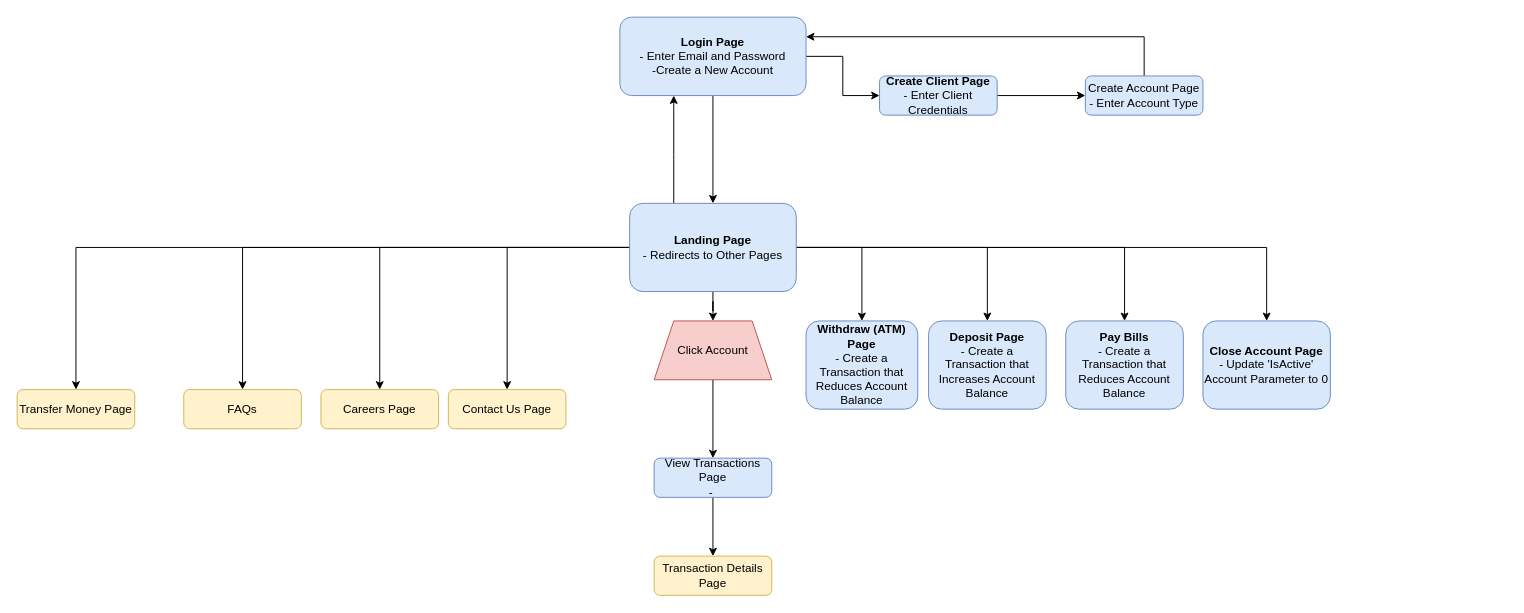
Above: Planning/Page Flow.drawio in dmoradiya/Banking-Application-and-Expenses-Tracker-with-React---C-ASP-.NET-MVC (draw.io), before the change. Source tidied: cells renumbered, new cells numbered last; positions are measured from the earlier drawing's top-left corner, leaving out a move shared by most shapes. Both pictures are drawn from the tidied source at 98%, with x=0, y=0 at pixel (17, 17).
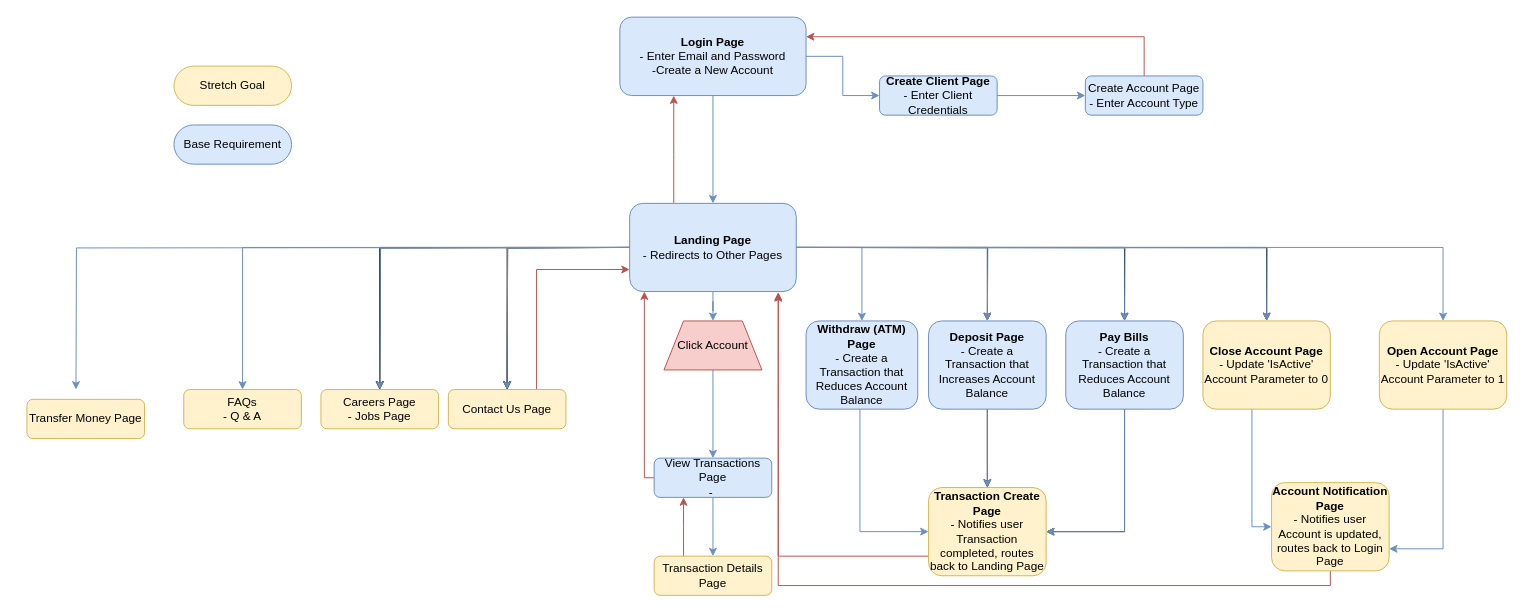
The same page after the edit.

The change refers to these unchanged cells:
```xml
<mxCell id="4" value="&lt;b&gt;Login Page&lt;br&gt;&lt;/b&gt;- Enter Email and Password&lt;br&gt;-Create a New Account" style="rounded=1;whiteSpace=wrap;html=1;fontSize=12;glass=0;strokeWidth=1;shadow=0;fillColor=#dae8fc;strokeColor=#6c8ebf;" parent="1" vertex="1">
  <mxGeometry x="615" width="190" height="80" as="geometry" />
</mxCell>
<mxCell id="6" value="&lt;b&gt;Create Client Page&lt;/b&gt;&lt;br&gt;- Enter Client Credentials" style="rounded=1;whiteSpace=wrap;html=1;fontSize=12;glass=0;strokeWidth=1;shadow=0;fillColor=#dae8fc;strokeColor=#6c8ebf;" parent="1" vertex="1">
  <mxGeometry x="880" y="60" width="120" height="40" as="geometry" />
</mxCell>
<mxCell id="17" value="&lt;b&gt;Landing Page&lt;/b&gt;&lt;br&gt;- Redirects to Other Pages" style="rounded=1;whiteSpace=wrap;html=1;fontSize=12;glass=0;strokeWidth=1;shadow=0;fillColor=#dae8fc;strokeColor=#6c8ebf;" parent="1" vertex="1">
  <mxGeometry x="625" y="190" width="170" height="90" as="geometry" />
</mxCell>
<mxCell id="19" value="&lt;b&gt;Deposit Page&lt;/b&gt;&lt;br&gt;- Create a Transaction that Increases Account Balance" style="rounded=1;whiteSpace=wrap;html=1;fontSize=12;glass=0;strokeWidth=1;shadow=0;fillColor=#dae8fc;strokeColor=#6c8ebf;" parent="1" vertex="1">
  <mxGeometry x="930" y="310" width="120" height="90" as="geometry" />
</mxCell>
<mxCell id="20" value="&lt;b&gt;Withdraw (ATM) Page&lt;br&gt;&lt;/b&gt;- Create a Transaction that Reduces Account Balance" style="rounded=1;whiteSpace=wrap;html=1;fontSize=12;glass=0;strokeWidth=1;shadow=0;fillColor=#dae8fc;strokeColor=#6c8ebf;" parent="1" vertex="1">
  <mxGeometry x="805" y="310" width="114" height="90" as="geometry" />
</mxCell>
<mxCell id="22" value="View Transactions Page&lt;br&gt;-&amp;nbsp;" style="rounded=1;whiteSpace=wrap;html=1;fontSize=12;glass=0;strokeWidth=1;shadow=0;fillColor=#dae8fc;strokeColor=#6c8ebf;" parent="1" vertex="1">
  <mxGeometry x="650" y="450" width="120" height="40" as="geometry" />
</mxCell>
<mxCell id="23" value="&lt;b&gt;Pay Bills&lt;/b&gt;&lt;br&gt;- Create a Transaction that Reduces Account Balance" style="rounded=1;whiteSpace=wrap;html=1;fontSize=12;glass=0;strokeWidth=1;shadow=0;fillColor=#dae8fc;strokeColor=#6c8ebf;" parent="1" vertex="1">
  <mxGeometry x="1070" y="310" width="120" height="90" as="geometry" />
</mxCell>
<mxCell id="24" value="Contact Us Page" style="rounded=1;whiteSpace=wrap;html=1;fontSize=12;glass=0;strokeWidth=1;shadow=0;fillColor=#fff2cc;strokeColor=#d6b656;" parent="1" vertex="1">
  <mxGeometry x="440" y="380" width="120" height="40" as="geometry" />
</mxCell>
<mxCell id="25" value="Transaction Details Page" style="rounded=1;whiteSpace=wrap;html=1;fontSize=12;glass=0;strokeWidth=1;shadow=0;fillColor=#fff2cc;strokeColor=#d6b656;" parent="1" vertex="1">
  <mxGeometry x="650" y="550" width="120" height="40" as="geometry" />
</mxCell>
<mxCell id="29" value="Create Account Page&lt;br&gt;- Enter Account Type" style="rounded=1;whiteSpace=wrap;html=1;fontSize=12;glass=0;strokeWidth=1;shadow=0;fillColor=#dae8fc;strokeColor=#6c8ebf;" parent="1" vertex="1">
  <mxGeometry x="1090" y="60" width="120" height="40" as="geometry" />
</mxCell>
```

The edit, as a diff of the source:
```diff
@@
-    <mxCell id="2" style="edgeStyle=orthogonalEdgeStyle;rounded=0;jettySize=auto;html=1;entryX=0;entryY=0.5;entryDx=0;entryDy=0;" parent="1" edge="1" source="4" target="6">
+    <mxCell id="2" style="edgeStyle=orthogonalEdgeStyle;rounded=0;jettySize=auto;html=1;entryX=0;entryY=0.5;entryDx=0;entryDy=0;fillColor=#dae8fc;strokeColor=#6c8ebf;" parent="1" edge="1" source="4" target="6">
       <mxGeometry relative="1" as="geometry" />
     </mxCell>
-    <mxCell id="3" style="edgeStyle=orthogonalEdgeStyle;rounded=0;jettySize=auto;html=1;exitX=0.5;exitY=1;exitDx=0;exitDy=0;entryX=0.5;entryY=0;entryDx=0;entryDy=0;" parent="1" edge="1" source="4" target="17">
+    <mxCell id="3" style="edgeStyle=orthogonalEdgeStyle;rounded=0;jettySize=auto;html=1;exitX=0.5;exitY=1;exitDx=0;exitDy=0;entryX=0.5;entryY=0;entryDx=0;entryDy=0;fillColor=#dae8fc;strokeColor=#6c8ebf;" parent="1" edge="1" source="4" target="17">
       <mxGeometry relative="1" as="geometry" />
     </mxCell>
@@
-    <mxCell id="5" style="edgeStyle=orthogonalEdgeStyle;rounded=0;jettySize=auto;html=1;entryX=0;entryY=0.5;entryDx=0;entryDy=0;" parent="1" edge="1" source="6" target="29">
+    <mxCell id="5" style="edgeStyle=orthogonalEdgeStyle;rounded=0;jettySize=auto;html=1;entryX=0;entryY=0.5;entryDx=0;entryDy=0;fillColor=#dae8fc;strokeColor=#6c8ebf;" parent="1" edge="1" source="6" target="29">
       <mxGeometry relative="1" as="geometry" />
     </mxCell>
@@
-    <mxCell id="7" style="edgeStyle=orthogonalEdgeStyle;rounded=0;jettySize=auto;html=1;entryX=0.5;entryY=0;entryDx=0;entryDy=0;" parent="1" edge="1" source="17" target="20">
+    <mxCell id="7" style="edgeStyle=orthogonalEdgeStyle;rounded=0;jettySize=auto;html=1;entryX=0.5;entryY=0;entryDx=0;entryDy=0;fillColor=#dae8fc;strokeColor=#6c8ebf;" parent="1" edge="1" source="17" target="20">
       <mxGeometry relative="1" as="geometry" />
     </mxCell>
@@
-    <mxCell id="11" style="edgeStyle=orthogonalEdgeStyle;rounded=0;jettySize=auto;html=1;entryX=0.5;entryY=0;entryDx=0;entryDy=0;" parent="1" edge="1" source="17" target="27">
+    <mxCell id="11" style="edgeStyle=orthogonalEdgeStyle;rounded=0;jettySize=auto;html=1;entryX=0.5;entryY=0;entryDx=0;entryDy=0;fillColor=#dae8fc;strokeColor=#6c8ebf;" parent="1" edge="1" source="17" target="27">
       <mxGeometry relative="1" as="geometry" />
     </mxCell>
-    <mxCell id="12" style="edgeStyle=orthogonalEdgeStyle;rounded=0;jettySize=auto;html=1;" parent="1" edge="1" source="17" target="4">
+    <mxCell id="12" style="edgeStyle=orthogonalEdgeStyle;rounded=0;jettySize=auto;html=1;fillColor=#f8cecc;strokeColor=#b85450;" parent="1" edge="1" source="17" target="4">
       <mxGeometry relative="1" as="geometry">
         <Array as="points">
           <mxPoint x="670" y="140" />
           <mxPoint x="670" y="140" />
         </Array>
       </mxGeometry>
     </mxCell>
-    <mxCell id="13" style="edgeStyle=orthogonalEdgeStyle;rounded=0;jettySize=auto;html=1;entryX=0.5;entryY=0;entryDx=0;entryDy=0;" parent="1" edge="1" source="17" target="31">
+    <mxCell id="13" style="edgeStyle=orthogonalEdgeStyle;rounded=0;jettySize=auto;html=1;entryX=0.5;entryY=0;entryDx=0;entryDy=0;fillColor=#dae8fc;strokeColor=#6c8ebf;" parent="1" edge="1" source="17" target="31">
       <mxGeometry relative="1" as="geometry" />
     </mxCell>
@@
-    <mxCell id="15" style="edgeStyle=orthogonalEdgeStyle;rounded=0;jettySize=auto;html=1;entryX=0.5;entryY=0;entryDx=0;entryDy=0;" parent="1" edge="1" source="17" target="18">
-      <mxGeometry relative="1" as="geometry" />
-    </mxCell>
@@
+    <mxCell id="33" style="edgeStyle=orthogonalEdgeStyle;rounded=0;jettySize=auto;html=1;entryX=0.5;entryY=0;entryDx=0;entryDy=0;fillColor=#dae8fc;strokeColor=#6c8ebf;" parent="1" edge="1" source="17" target="42">
+      <mxGeometry relative="1" as="geometry">
+        <Array as="points">
+          <mxPoint x="1455" y="235" />
+        </Array>
+      </mxGeometry>
+    </mxCell>
@@
-    <mxCell id="18" value="Transfer Money Page" style="rounded=1;whiteSpace=wrap;html=1;fontSize=12;glass=0;strokeWidth=1;shadow=0;fillColor=#fff2cc;strokeColor=#d6b656;" parent="1" vertex="1">
-      <mxGeometry y="380" width="120" height="40" as="geometry" />
+    <mxCell id="18" value="Stretch Goal" style="rounded=1;whiteSpace=wrap;html=1;fontSize=12;glass=0;strokeWidth=1;shadow=0;fillColor=#fff2cc;strokeColor=#d6b656;arcSize=50;" parent="1" vertex="1">
+      <mxGeometry x="160" y="50" width="120" height="40" as="geometry" />
     </mxCell>
+    <mxCell id="34" style="edgeStyle=orthogonalEdgeStyle;rounded=0;jettySize=auto;html=1;entryX=0.5;entryY=0;entryDx=0;entryDy=0;" parent="1" edge="1" source="19" target="44">
+      <mxGeometry relative="1" as="geometry" />
+    </mxCell>
@@
+    <mxCell id="35" style="edgeStyle=orthogonalEdgeStyle;rounded=0;jettySize=auto;html=1;entryX=0;entryY=0.5;entryDx=0;entryDy=0;fillColor=#dae8fc;strokeColor=#6c8ebf;" parent="1" edge="1" source="20" target="44">
+      <mxGeometry relative="1" as="geometry">
+        <Array as="points">
+          <mxPoint x="860" y="525" />
+        </Array>
+      </mxGeometry>
+    </mxCell>
@@
-    <mxCell id="21" style="edgeStyle=orthogonalEdgeStyle;rounded=0;jettySize=auto;html=1;fontColor=#000000;" parent="1" edge="1" source="22" target="25">
+    <mxCell id="21" style="edgeStyle=orthogonalEdgeStyle;rounded=0;jettySize=auto;html=1;fontColor=#000000;fillColor=#dae8fc;strokeColor=#6c8ebf;" parent="1" edge="1" source="22" target="25">
       <mxGeometry relative="1" as="geometry" />
     </mxCell>
+    <mxCell id="36" style="edgeStyle=orthogonalEdgeStyle;rounded=0;jettySize=auto;html=1;fillColor=#f8cecc;strokeColor=#b85450;" parent="1" edge="1" source="22">
+      <mxGeometry relative="1" as="geometry">
+        <mxPoint x="640" y="280" as="targetPoint" />
+        <Array as="points">
+          <mxPoint x="640" y="470" />
+          <mxPoint x="640" y="280" />
+        </Array>
+      </mxGeometry>
+    </mxCell>
@@
+    <mxCell id="37" style="edgeStyle=orthogonalEdgeStyle;rounded=0;jettySize=auto;html=1;entryX=1;entryY=0.5;entryDx=0;entryDy=0;" parent="1" edge="1" source="23" target="44">
+      <mxGeometry relative="1" as="geometry">
+        <Array as="points">
+          <mxPoint x="1130" y="525" />
+        </Array>
+      </mxGeometry>
+    </mxCell>
@@
+    <mxCell id="38" style="edgeStyle=orthogonalEdgeStyle;rounded=0;jettySize=auto;html=1;exitX=0.75;exitY=0;exitDx=0;exitDy=0;entryX=0;entryY=0.75;entryDx=0;entryDy=0;fillColor=#f8cecc;strokeColor=#b85450;" parent="1" edge="1" source="24" target="17">
+      <mxGeometry relative="1" as="geometry" />
+    </mxCell>
@@
+    <mxCell id="39" style="edgeStyle=orthogonalEdgeStyle;rounded=0;jettySize=auto;html=1;fillColor=#f8cecc;strokeColor=#b85450;" parent="1" edge="1" source="25" target="22">
+      <mxGeometry relative="1" as="geometry">
+        <Array as="points">
+          <mxPoint x="680" y="520" />
+          <mxPoint x="680" y="520" />
+        </Array>
+      </mxGeometry>
+    </mxCell>
@@
-    <mxCell id="26" value="Careers Page" style="rounded=1;whiteSpace=wrap;html=1;fontSize=12;glass=0;strokeWidth=1;shadow=0;fillColor=#fff2cc;strokeColor=#d6b656;" parent="1" vertex="1">
+    <mxCell id="26" value="Careers Page&lt;br&gt;- Jobs Page" style="rounded=1;whiteSpace=wrap;html=1;fontSize=12;glass=0;strokeWidth=1;shadow=0;fillColor=#fff2cc;strokeColor=#d6b656;" parent="1" vertex="1">
       <mxGeometry x="310" y="380" width="120" height="40" as="geometry" />
     </mxCell>
-    <mxCell id="27" value="FAQs" style="rounded=1;whiteSpace=wrap;html=1;fontSize=12;glass=0;strokeWidth=1;shadow=0;fillColor=#fff2cc;strokeColor=#d6b656;" parent="1" vertex="1">
+    <mxCell id="27" value="FAQs&lt;br&gt;- Q &amp;amp; A" style="rounded=1;whiteSpace=wrap;html=1;fontSize=12;glass=0;strokeWidth=1;shadow=0;fillColor=#fff2cc;strokeColor=#d6b656;" parent="1" vertex="1">
       <mxGeometry x="170" y="380" width="120" height="40" as="geometry" />
     </mxCell>
-    <mxCell id="28" style="edgeStyle=orthogonalEdgeStyle;rounded=0;jettySize=auto;html=1;entryX=1;entryY=0.25;entryDx=0;entryDy=0;" parent="1" edge="1" source="29" target="4">
+    <mxCell id="28" style="edgeStyle=orthogonalEdgeStyle;rounded=0;jettySize=auto;html=1;entryX=1;entryY=0.25;entryDx=0;entryDy=0;fillColor=#f8cecc;strokeColor=#b85450;" parent="1" edge="1" source="29" target="4">
       <mxGeometry relative="1" as="geometry">
         <Array as="points">
           <mxPoint x="1150" y="20" />
         </Array>
       </mxGeometry>
     </mxCell>
@@
-    <mxCell id="30" style="edgeStyle=orthogonalEdgeStyle;rounded=0;jettySize=auto;html=1;entryX=0.5;entryY=0;entryDx=0;entryDy=0;" parent="1" edge="1" source="31" target="22">
+    <mxCell id="30" style="edgeStyle=orthogonalEdgeStyle;rounded=0;jettySize=auto;html=1;entryX=0.5;entryY=0;entryDx=0;entryDy=0;fillColor=#dae8fc;strokeColor=#6c8ebf;" parent="1" edge="1" source="31" target="22">
       <mxGeometry relative="1" as="geometry" />
     </mxCell>
     <mxCell id="31" value="Click Account" style="shape=trapezoid;perimeter=trapezoidPerimeter;whiteSpace=wrap;html=1;fixedSize=1;fillColor=#f8cecc;strokeColor=#b85450;" parent="1" vertex="1">
-      <mxGeometry x="650" y="310" width="120" height="60" as="geometry" />
+      <mxGeometry x="660" y="310" width="100" height="50" as="geometry" />
     </mxCell>
+    <mxCell id="40" style="edgeStyle=orthogonalEdgeStyle;rounded=0;jettySize=auto;html=1;entryX=0;entryY=0.5;entryDx=0;entryDy=0;fillColor=#dae8fc;strokeColor=#6c8ebf;" parent="1" edge="1" source="32" target="46">
+      <mxGeometry relative="1" as="geometry">
+        <Array as="points">
+          <mxPoint x="1260" y="520" />
+        </Array>
+      </mxGeometry>
+    </mxCell>
-    <mxCell id="32" value="&lt;b&gt;Close Account Page&lt;br&gt;&lt;/b&gt;- Update 'IsActive' Account Parameter to 0" style="rounded=1;whiteSpace=wrap;html=1;fontSize=12;glass=0;strokeWidth=1;shadow=0;fillColor=#dae8fc;strokeColor=#6c8ebf;" parent="1" vertex="1">
+    <mxCell id="32" value="&lt;b&gt;Close Account Page&lt;br&gt;&lt;/b&gt;- Update 'IsActive' Account Parameter to 0" style="rounded=1;whiteSpace=wrap;html=1;fontSize=12;glass=0;strokeWidth=1;shadow=0;fillColor=#fff2cc;strokeColor=#d6b656;" parent="1" vertex="1">
       <mxGeometry x="1210" y="310" width="130" height="90" as="geometry" />
     </mxCell>
+    <mxCell id="41" style="edgeStyle=orthogonalEdgeStyle;rounded=0;jettySize=auto;html=1;entryX=1;entryY=0.75;entryDx=0;entryDy=0;fillColor=#dae8fc;strokeColor=#6c8ebf;" parent="1" edge="1" source="42" target="46">
+      <mxGeometry relative="1" as="geometry" />
+    </mxCell>
+    <mxCell id="42" value="&lt;b&gt;Open Account Page&lt;br&gt;&lt;/b&gt;- Update 'IsActive' Account Parameter to 1" style="rounded=1;whiteSpace=wrap;html=1;fontSize=12;glass=0;strokeWidth=1;shadow=0;fillColor=#fff2cc;strokeColor=#d6b656;" parent="1" vertex="1">
+      <mxGeometry x="1390" y="310" width="130" height="90" as="geometry" />
+    </mxCell>
+    <mxCell id="43" style="edgeStyle=orthogonalEdgeStyle;rounded=0;jettySize=auto;html=1;entryX=0.892;entryY=1.02;entryDx=0;entryDy=0;entryPerimeter=0;fillColor=#f8cecc;strokeColor=#b85450;" parent="1" edge="1" source="44" target="17">
+      <mxGeometry relative="1" as="geometry">
+        <Array as="points">
+          <mxPoint x="777" y="550" />
+        </Array>
+      </mxGeometry>
+    </mxCell>
+    <mxCell id="44" value="&lt;b&gt;Transaction Create Page&lt;/b&gt;&lt;br&gt;- Notifies user Transaction completed, routes back to Landing Page" style="rounded=1;whiteSpace=wrap;html=1;fontSize=12;glass=0;strokeWidth=1;shadow=0;fillColor=#fff2cc;strokeColor=#d6b656;" parent="1" vertex="1">
+      <mxGeometry x="930" y="480" width="120" height="90" as="geometry" />
+    </mxCell>
+    <mxCell id="45" style="edgeStyle=orthogonalEdgeStyle;rounded=0;jettySize=auto;html=1;entryX=0.892;entryY=1.006;entryDx=0;entryDy=0;entryPerimeter=0;fillColor=#f8cecc;strokeColor=#b85450;" parent="1" edge="1" source="46" target="17">
+      <mxGeometry relative="1" as="geometry">
+        <Array as="points">
+          <mxPoint x="1340" y="580" />
+          <mxPoint x="777" y="580" />
+        </Array>
+      </mxGeometry>
+    </mxCell>
+    <mxCell id="46" value="&lt;b&gt;Account Notification Page&lt;/b&gt;&lt;br&gt;- Notifies user Account is updated, routes back to Login Page" style="rounded=1;whiteSpace=wrap;html=1;fontSize=12;glass=0;strokeWidth=1;shadow=0;fillColor=#fff2cc;strokeColor=#d6b656;" parent="1" vertex="1">
+      <mxGeometry x="1280" y="475" width="120" height="90" as="geometry" />
+    </mxCell>
+    <mxCell id="47" style="edgeStyle=orthogonalEdgeStyle;rounded=0;orthogonalLoop=1;jettySize=auto;html=1;entryX=0.5;entryY=0;entryDx=0;entryDy=0;" parent="1" edge="1">
+      <mxGeometry relative="1" as="geometry">
+        <mxPoint x="625" y="235" as="sourcePoint" />
+        <mxPoint x="500" y="380" as="targetPoint" />
+      </mxGeometry>
+    </mxCell>
+    <mxCell id="48" style="edgeStyle=orthogonalEdgeStyle;rounded=0;orthogonalLoop=1;jettySize=auto;html=1;entryX=0.5;entryY=0;entryDx=0;entryDy=0;" parent="1" edge="1">
+      <mxGeometry relative="1" as="geometry">
+        <mxPoint x="625" y="235" as="sourcePoint" />
+        <mxPoint x="370" y="380" as="targetPoint" />
+      </mxGeometry>
+    </mxCell>
+    <mxCell id="49" style="edgeStyle=orthogonalEdgeStyle;rounded=0;orthogonalLoop=1;jettySize=auto;html=1;entryX=0.5;entryY=0;entryDx=0;entryDy=0;fillColor=#dae8fc;strokeColor=#6c8ebf;" parent="1" edge="1">
+      <mxGeometry relative="1" as="geometry">
+        <mxPoint x="625" y="235" as="sourcePoint" />
+        <mxPoint x="500" y="380" as="targetPoint" />
+      </mxGeometry>
+    </mxCell>
+    <mxCell id="50" style="edgeStyle=orthogonalEdgeStyle;rounded=0;orthogonalLoop=1;jettySize=auto;html=1;entryX=0.5;entryY=0;entryDx=0;entryDy=0;fillColor=#dae8fc;strokeColor=#6c8ebf;" parent="1" edge="1">
+      <mxGeometry relative="1" as="geometry">
+        <mxPoint x="625" y="235" as="sourcePoint" />
+        <mxPoint x="370" y="380" as="targetPoint" />
+      </mxGeometry>
+    </mxCell>
+    <mxCell id="51" style="edgeStyle=orthogonalEdgeStyle;rounded=0;orthogonalLoop=1;jettySize=auto;html=1;entryX=0.5;entryY=0;entryDx=0;entryDy=0;fillColor=#dae8fc;strokeColor=#6c8ebf;" parent="1" edge="1">
+      <mxGeometry relative="1" as="geometry">
+        <mxPoint x="625" y="235" as="sourcePoint" />
+        <mxPoint x="60" y="380" as="targetPoint" />
+      </mxGeometry>
+    </mxCell>
+    <mxCell id="52" style="edgeStyle=orthogonalEdgeStyle;rounded=0;orthogonalLoop=1;jettySize=auto;html=1;entryX=0.5;entryY=0;entryDx=0;entryDy=0;fillColor=#dae8fc;strokeColor=#6c8ebf;" parent="1" edge="1">
+      <mxGeometry relative="1" as="geometry">
+        <mxPoint x="990" y="400" as="sourcePoint" />
+        <mxPoint x="990" y="480" as="targetPoint" />
+      </mxGeometry>
+    </mxCell>
+    <mxCell id="53" style="edgeStyle=orthogonalEdgeStyle;rounded=0;orthogonalLoop=1;jettySize=auto;html=1;entryX=1;entryY=0.5;entryDx=0;entryDy=0;fillColor=#dae8fc;strokeColor=#6c8ebf;" parent="1" edge="1">
+      <mxGeometry relative="1" as="geometry">
+        <mxPoint x="1130" y="400" as="sourcePoint" />
+        <mxPoint x="1050" y="525" as="targetPoint" />
+        <Array as="points">
+          <mxPoint x="1130" y="525" />
+        </Array>
+      </mxGeometry>
+    </mxCell>
+    <mxCell id="54" style="edgeStyle=orthogonalEdgeStyle;rounded=0;orthogonalLoop=1;jettySize=auto;html=1;fillColor=#dae8fc;strokeColor=#6c8ebf;" parent="1" edge="1">
+      <mxGeometry relative="1" as="geometry">
+        <mxPoint x="795" y="235" as="sourcePoint" />
+        <mxPoint x="1130" y="310" as="targetPoint" />
+      </mxGeometry>
+    </mxCell>
+    <mxCell id="55" style="edgeStyle=orthogonalEdgeStyle;rounded=0;orthogonalLoop=1;jettySize=auto;html=1;entryX=0.5;entryY=0;entryDx=0;entryDy=0;fillColor=#dae8fc;strokeColor=#6c8ebf;" parent="1" edge="1">
+      <mxGeometry relative="1" as="geometry">
+        <mxPoint x="795" y="235" as="sourcePoint" />
+        <mxPoint x="990" y="310" as="targetPoint" />
+      </mxGeometry>
+    </mxCell>
+    <mxCell id="56" style="edgeStyle=orthogonalEdgeStyle;rounded=0;orthogonalLoop=1;jettySize=auto;html=1;entryX=0.5;entryY=0;entryDx=0;entryDy=0;fillColor=#dae8fc;strokeColor=#6c8ebf;" parent="1" edge="1">
+      <mxGeometry relative="1" as="geometry">
+        <mxPoint x="795" y="235" as="sourcePoint" />
+        <mxPoint x="1275" y="310" as="targetPoint" />
+      </mxGeometry>
+    </mxCell>
+    <mxCell id="57" value="Transfer Money Page" style="rounded=1;whiteSpace=wrap;html=1;fontSize=12;glass=0;strokeWidth=1;shadow=0;fillColor=#fff2cc;strokeColor=#d6b656;" parent="1" vertex="1">
+      <mxGeometry x="10" y="390" width="120" height="40" as="geometry" />
+    </mxCell>
+    <mxCell id="58" value="Base Requirement" style="rounded=1;whiteSpace=wrap;html=1;fontSize=12;glass=0;strokeWidth=1;shadow=0;fillColor=#dae8fc;strokeColor=#6c8ebf;arcSize=50;" parent="1" vertex="1">
+      <mxGeometry x="160" y="110" width="120" height="40" as="geometry" />
+    </mxCell>
```
